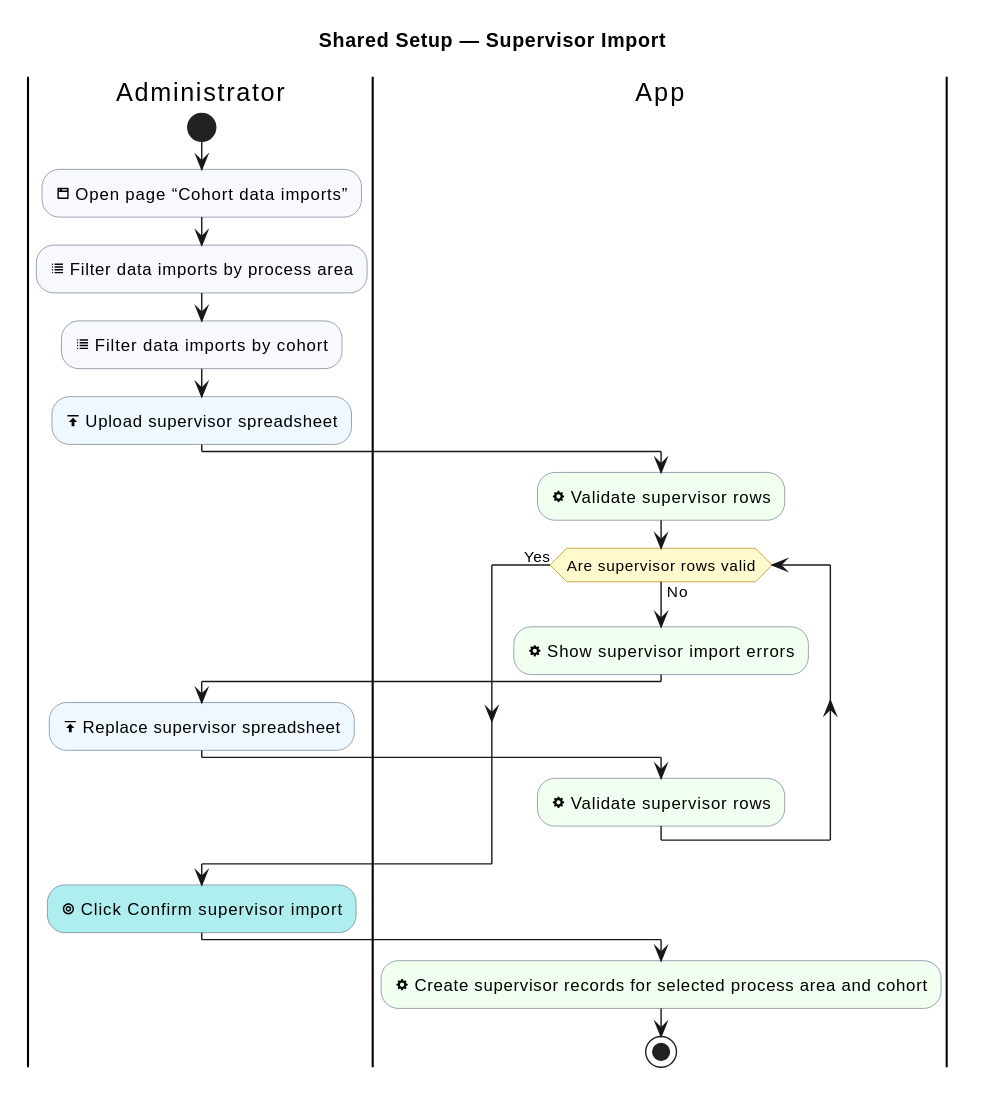
Earlier version of the PlantUML export industrial-placement-group-project/diagrams/shared-setup/supervisor-import.svg (sdflkjssl/sdflkjssl.github.io). The source it was exported from:
```plantuml
@startuml
!pragma layout smetana
title Shared Setup — Supervisor Import
skinparam shadowing false
skinparam activityBackgroundColor GhostWhite
skinparam activityBorderColor SlateGray
skinparam activityDiamondBackgroundColor LemonChiffon
skinparam activityDiamondBorderColor DarkGoldenRod

|Administrator|
|App|

|Administrator|
start
:<&browser> Open page “Cohort data imports”; <<#GhostWhite>>
:<&list> Filter data imports by process area; <<#GhostWhite>>
:<&list> Filter data imports by cohort; <<#GhostWhite>>
:<&data-transfer-upload> Upload supervisor spreadsheet; <<#AliceBlue>>

|App|
:<&cog> Validate supervisor rows; <<#HoneyDew>>
while (Are supervisor rows valid) is (No)
  :<&cog> Show supervisor import errors; <<#HoneyDew>>
  |Administrator|
  :<&data-transfer-upload> Replace supervisor spreadsheet; <<#AliceBlue>>
  |App|
  :<&cog> Validate supervisor rows; <<#HoneyDew>>
endwhile (Yes)

|Administrator|
:<&target> Click Confirm supervisor import; <<#PaleTurquoise>>
|App|
:<&cog> Create supervisor records for selected process area and cohort; <<#HoneyDew>>
stop
@enduml
```
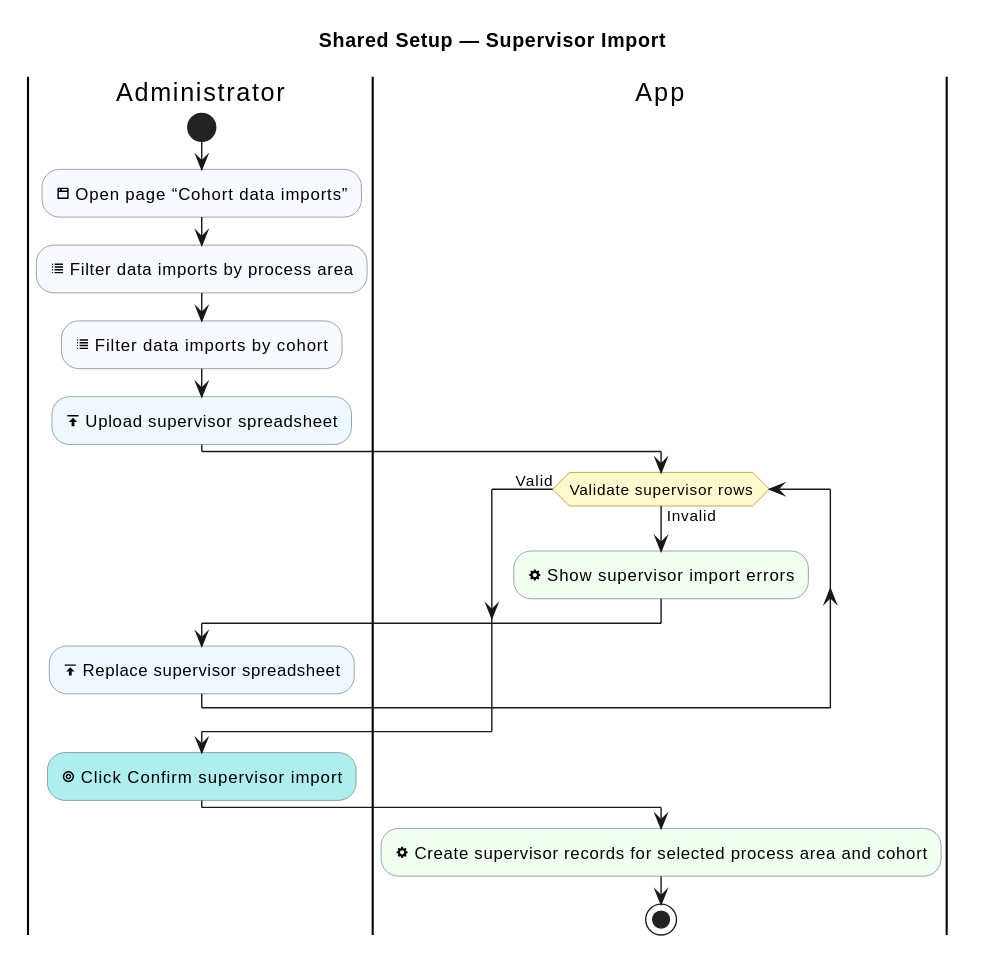
After the commit.

The edit, as a diff of the source:
```diff
@@ -18,14 +18,12 @@
 :<&data-transfer-upload> Upload supervisor spreadsheet; <<#AliceBlue>>
 
 |App|
-:<&cog> Validate supervisor rows; <<#HoneyDew>>
-while (Are supervisor rows valid) is (No)
+while (Validate supervisor rows) is (Invalid)
   :<&cog> Show supervisor import errors; <<#HoneyDew>>
   |Administrator|
   :<&data-transfer-upload> Replace supervisor spreadsheet; <<#AliceBlue>>
   |App|
-  :<&cog> Validate supervisor rows; <<#HoneyDew>>
-endwhile (Yes)
+endwhile (Valid)
 
 |Administrator|
 :<&target> Click Confirm supervisor import; <<#PaleTurquoise>>
```
